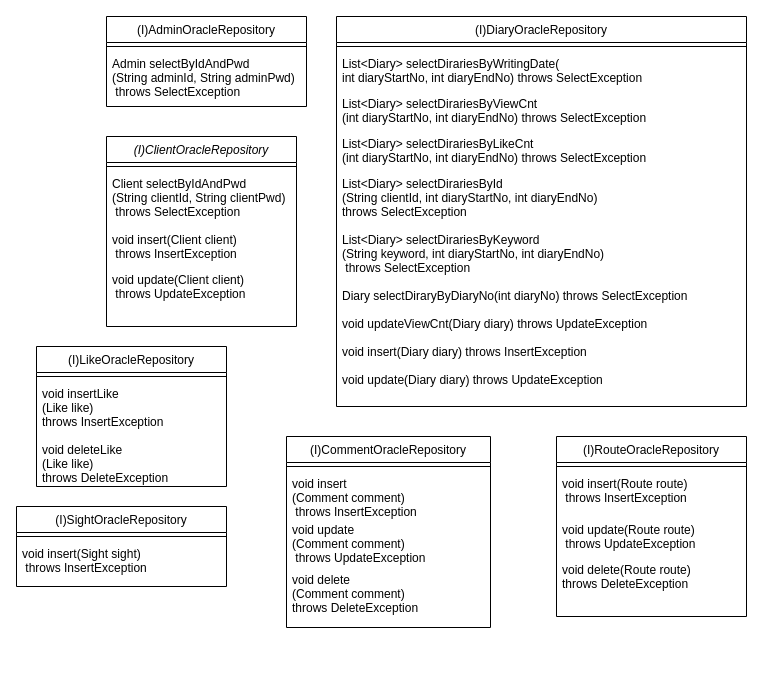
Earlier version of the draw.io diagram document/repository_class_diagram.drawio (RouteDiary/route-diary). Source tidied: cells renumbered, new cells numbered last; positions are measured from the earlier drawing's top-left corner, leaving out a move shared by most shapes. Both pictures are drawn from the tidied source at 100%, with x=0, y=0 at pixel (16, 16).
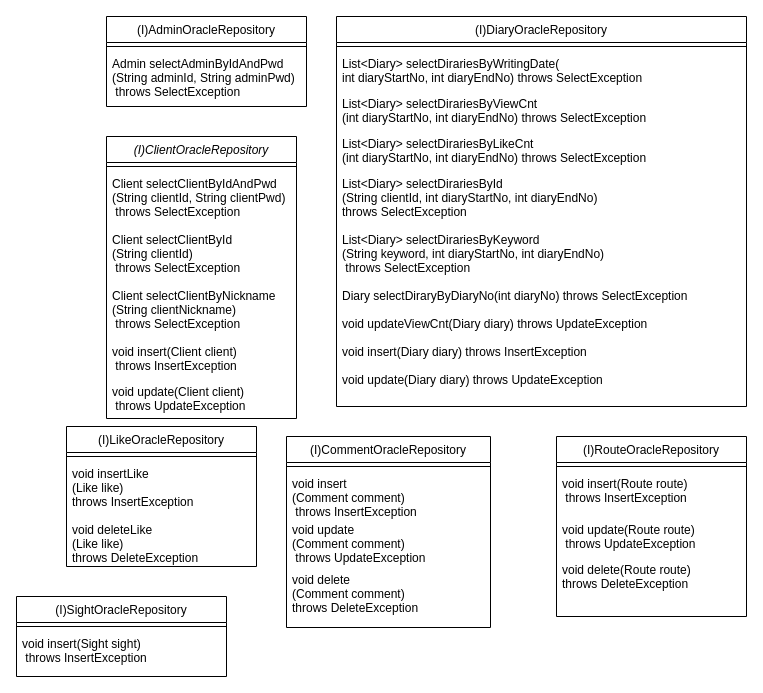
The same diagram, later.

Unchanged cells that the change refers to:
```xml
<mxCell id="18" value="(I)AdminOracleRepository" style="swimlane;fontStyle=0;align=center;verticalAlign=top;horizontal=1;startSize=26;rounded=0;shadow=0;strokeWidth=1;" parent="1" vertex="1">
  <mxGeometry x="90" width="200" height="90" as="geometry" />
</mxCell>
```

Diff of the diagram source:
```diff
@@
     <mxCell id="2" value="(I)ClientOracleRepository" style="swimlane;fontStyle=2;align=center;verticalAlign=top;horizontal=1;startSize=26;rounded=0;shadow=0;strokeWidth=1;" parent="1" vertex="1">
-      <mxGeometry x="90" y="120" width="190" height="190" as="geometry" />
+      <mxGeometry x="90" y="120" width="190" height="282" as="geometry" />
     </mxCell>
@@
-    <mxCell id="4" value="Client selectByIdAndPwd&#10;(String clientId, String clientPwd)&#10; throws SelectException&#10;" style="text;align=left;verticalAlign=top;spacingLeft=4;spacingRight=4;overflow=hidden;" parent="2" vertex="1">
+    <mxCell id="4" value="Client selectClientByIdAndPwd&#10;(String clientId, String clientPwd)&#10; throws SelectException&#10;" style="text;align=left;verticalAlign=top;spacingLeft=4;spacingRight=4;overflow=hidden;" parent="2" vertex="1">
       <mxGeometry y="34" width="190" height="56" as="geometry" />
     </mxCell>
+    <mxCell id="38" value="Client selectClientById&#10;(String clientId)&#10; throws SelectException&#10;" style="text;align=left;verticalAlign=top;spacingLeft=4;spacingRight=4;overflow=hidden;" parent="2" vertex="1">
+      <mxGeometry y="90" width="190" height="56" as="geometry" />
+    </mxCell>
+    <mxCell id="39" value="Client selectClientByNickname&#10;(String clientNickname)&#10; throws SelectException&#10;" style="text;align=left;verticalAlign=top;spacingLeft=4;spacingRight=4;overflow=hidden;" parent="2" vertex="1">
+      <mxGeometry y="146" width="190" height="56" as="geometry" />
+    </mxCell>
     <mxCell id="5" value="void insert(Client client)&#10; throws InsertException&#10;" style="text;align=left;verticalAlign=top;spacingLeft=4;spacingRight=4;overflow=hidden;" parent="2" vertex="1">
-      <mxGeometry y="90" width="190" height="40" as="geometry" />
+      <mxGeometry y="202" width="190" height="40" as="geometry" />
     </mxCell>
     <mxCell id="6" value="void update(Client client)&#10; throws UpdateException&#10;" style="text;align=left;verticalAlign=top;spacingLeft=4;spacingRight=4;overflow=hidden;" parent="2" vertex="1">
-      <mxGeometry y="130" width="190" height="40" as="geometry" />
+      <mxGeometry y="242" width="190" height="40" as="geometry" />
     </mxCell>
@@
-    <mxCell id="20" value="Admin selectByIdAndPwd&#10;(String adminId, String adminPwd)&#10; throws SelectException&#10;" style="text;align=left;verticalAlign=top;spacingLeft=4;spacingRight=4;overflow=hidden;" parent="18" vertex="1">
+    <mxCell id="20" value="Admin selectAdminByIdAndPwd&#10;(String adminId, String adminPwd)&#10; throws SelectException&#10;" style="text;align=left;verticalAlign=top;spacingLeft=4;spacingRight=4;overflow=hidden;" parent="18" vertex="1">
       <mxGeometry y="34" width="200" height="56" as="geometry" />
     </mxCell>
@@
     <mxCell id="26" value="(I)LikeOracleRepository" style="swimlane;fontStyle=0;align=center;verticalAlign=top;horizontal=1;startSize=26;rounded=0;shadow=0;strokeWidth=1;" parent="1" vertex="1">
-      <mxGeometry x="20" y="330" width="190" height="140" as="geometry" />
+      <mxGeometry x="50" y="410" width="190" height="140" as="geometry" />
     </mxCell>
@@
     <mxCell id="35" value="(I)SightOracleRepository" style="swimlane;fontStyle=0;align=center;verticalAlign=top;horizontal=1;startSize=26;rounded=0;shadow=0;strokeWidth=1;" parent="1" vertex="1">
-      <mxGeometry y="490" width="210" height="80" as="geometry" />
+      <mxGeometry y="580" width="210" height="80" as="geometry" />
     </mxCell>
```
